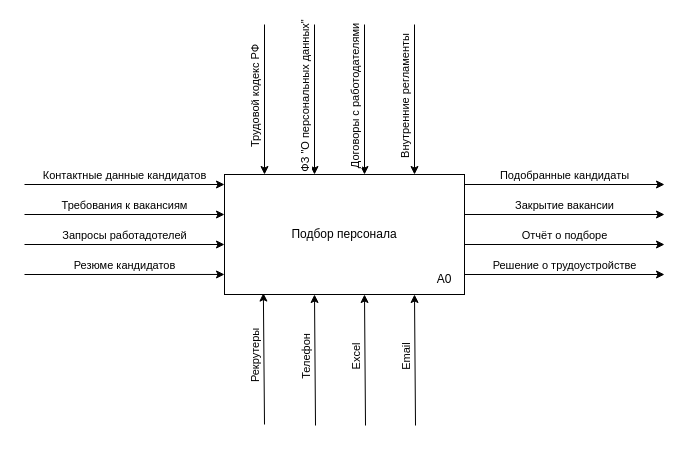
Earlier version of the draw.io diagram IDEF0 (1).drawio (Regdal-cyber/Coursework). Source tidied: cells renumbered, new cells numbered last; positions are measured from the earlier drawing's top-left corner, leaving out a move shared by most shapes. Both pictures are drawn from the tidied source at 100%, with x=0, y=0 at pixel (24, 24).
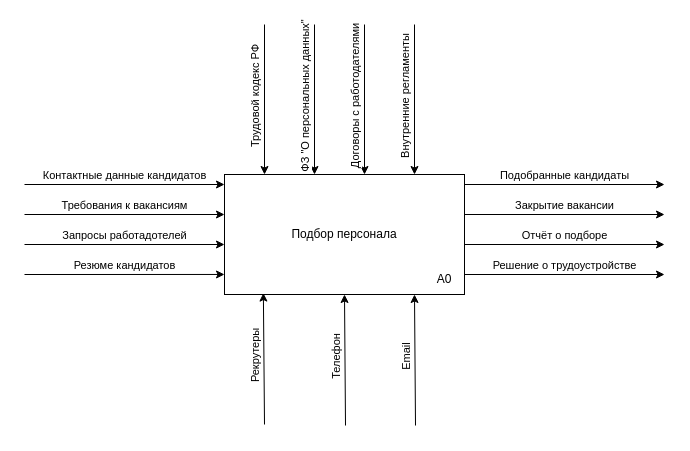
The same page after the edit.

What changed in the source:
```diff
@@
-    <mxCell id="2" value="Подбор персонала" style="rounded=0;whiteSpace=wrap;html=1;" parent="1" vertex="1">
-      <mxGeometry x="200" y="150" width="240" height="120" as="geometry" />
-    </mxCell>
@@
     <mxCell id="12" value="Телефон" style="endArrow=classic;html=1;rounded=0;entryX=0.162;entryY=0.988;entryDx=0;entryDy=0;entryPerimeter=0;horizontal=0;verticalAlign=bottom;spacingLeft=-4;" parent="1" edge="1">
       <mxGeometry relative="1" as="geometry">
-        <mxPoint x="291" y="401" as="sourcePoint" />
-        <mxPoint x="290" y="270" as="targetPoint" />
+        <mxPoint x="321" y="401" as="sourcePoint" />
+        <mxPoint x="320" y="270" as="targetPoint" />
       </mxGeometry>
     </mxCell>
-    <mxCell id="13" value="Excel" style="endArrow=classic;html=1;rounded=0;entryX=0.162;entryY=0.988;entryDx=0;entryDy=0;entryPerimeter=0;horizontal=0;verticalAlign=bottom;spacingLeft=-4;" parent="1" edge="1">
-      <mxGeometry relative="1" as="geometry">
-        <mxPoint x="341" y="401" as="sourcePoint" />
-        <mxPoint x="340" y="270" as="targetPoint" />
-      </mxGeometry>
-    </mxCell>
@@
+    <mxCell id="20" style="group;" parent="1" vertex="1">
+      <mxGeometry x="200" y="150" width="250" height="120" as="geometry" />
+    </mxCell>
+    <mxCell id="2" value="Подбор персонала" style="rounded=0;whiteSpace=wrap;html=1;" parent="20" vertex="1">
+      <mxGeometry width="240" height="120" as="geometry" />
+    </mxCell>
-    <mxCell id="19" value="A0" style="text;html=1;whiteSpace=wrap;strokeColor=none;fillColor=none;align=center;verticalAlign=middle;rounded=0;" parent="1" vertex="1">
-      <mxGeometry x="390" y="240" width="60" height="30" as="geometry" />
+    <mxCell id="19" value="A0" style="text;html=1;whiteSpace=wrap;strokeColor=none;fillColor=none;align=center;verticalAlign=middle;rounded=0;" parent="20" vertex="1">
+      <mxGeometry x="190" y="90" width="60" height="30" as="geometry" />
     </mxCell>
```
